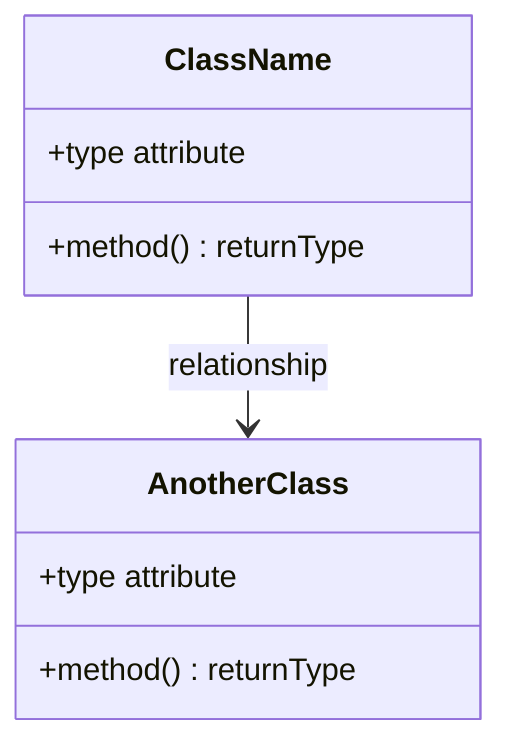
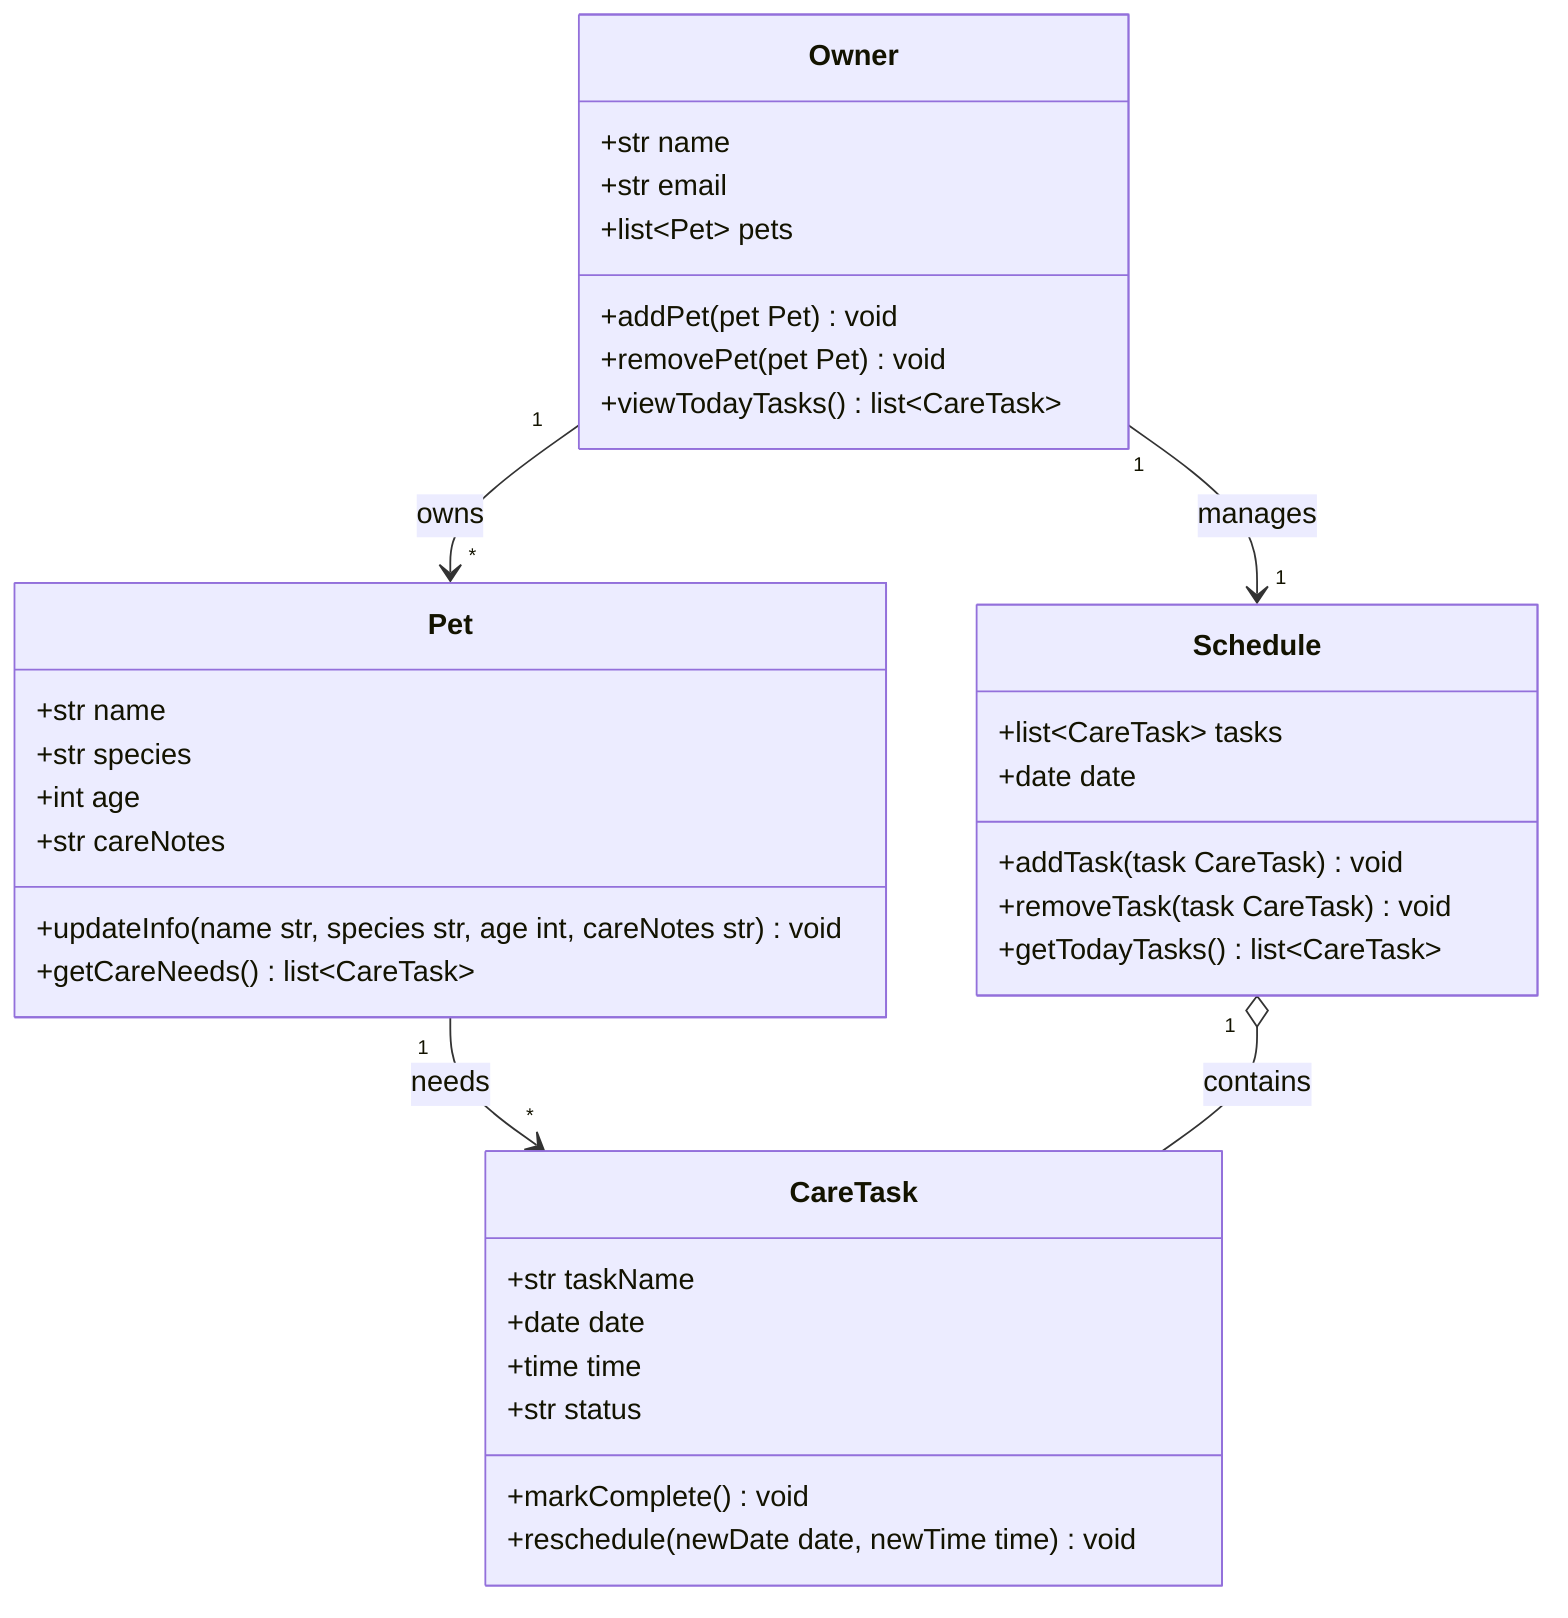
classDiagram
-     %% Replace the placeholders below with your actual classes, attributes, methods, and relationships.
-     %% Keep this file updated so it matches your final implementation.
+     %% PawPal+ class diagram
+     %% Four core classes: Owner, Pet, CareTask, Schedule

-     class ClassName {
-         +type attribute
-         +method() returnType
+     class Owner {
+         +str name
+         +str email
+         +list~Pet~ pets
+         +addPet(pet Pet) void
+         +removePet(pet Pet) void
+         +viewTodayTasks() list~CareTask~
    }

-     class AnotherClass {
-         +type attribute
-         +method() returnType
+     class Pet {
+         +str name
+         +str species
+         +int age
+         +str careNotes
+         +updateInfo(name str, species str, age int, careNotes str) void
+         +getCareNeeds() list~CareTask~
    }

-     ClassName --> AnotherClass : relationship
+     class CareTask {
+         +str taskName
+         +date date
+         +time time
+         +str status
+         +markComplete() void
+         +reschedule(newDate date, newTime time) void
+     }
+ 
+     class Schedule {
+         +list~CareTask~ tasks
+         +date date
+         +addTask(task CareTask) void
+         +removeTask(task CareTask) void
+         +getTodayTasks() list~CareTask~
+     }
+ 
+     Owner "1" --> "*" Pet : owns
+     Pet "1" --> "*" CareTask : needs
+     Schedule "1" o-- "*" CareTask : contains
+     Owner "1" --> "1" Schedule : manages
